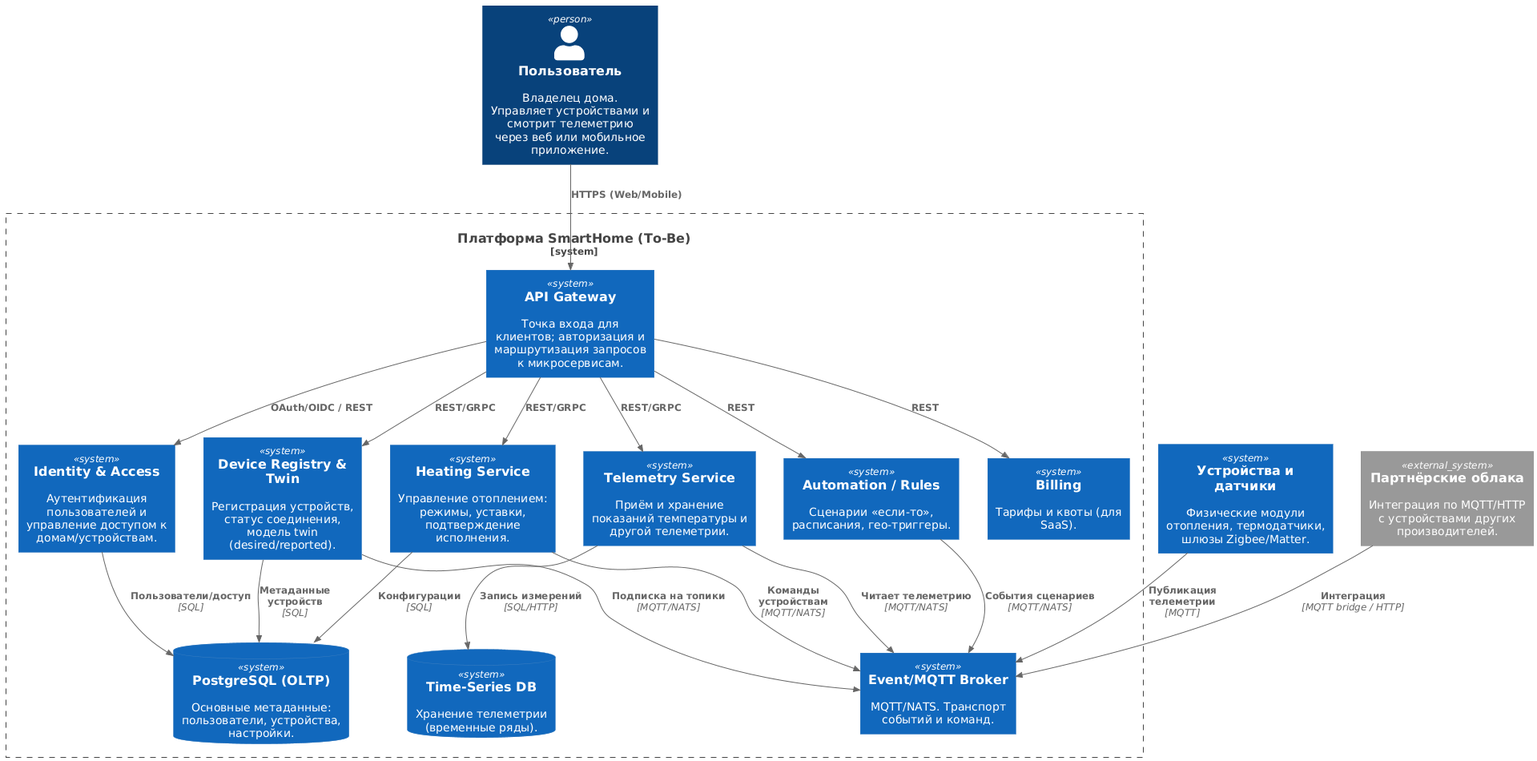
The PlantUML diagram schemas/To-Be-C4-Context.png in LobovVit/arc-warmhouse, before a commit. Its diagram source:
```plantuml
@startuml
!include https://raw.githubusercontent.com/plantuml-stdlib/C4-PlantUML/master/C4_Context.puml
LAYOUT_TOP_DOWN()

Person(user, "Пользователь", "Владелец дома. Управляет устройствами и смотрит телеметрию через веб или мобильное приложение.")
System(sensor, "Устройства и датчики", "Физические модули отопления, термодатчики, шлюзы Zigbee/Matter.")
System_Ext(cloudPartner, "Партнёрские облака", "Интеграция по MQTT/HTTP с устройствами других производителей.")

System_Boundary(system, "Платформа SmartHome (To-Be)") {
  System(apiGateway, "API Gateway", "Точка входа для клиентов; авторизация и маршрутизация запросов к микросервисам.")
  System(heatingSvc, "Heating Service", "Управление отоплением: режимы, уставки, подтверждение исполнения.")
  System(telemetrySvc, "Telemetry Service", "Приём и хранение показаний температуры и другой телеметрии.")
  System(deviceSvc, "Device Registry & Twin", "Регистрация устройств, статус соединения, модель twin (desired/reported).")
  System(identitySvc, "Identity & Access", "Аутентификация пользователей и управление доступом к домам/устройствам.")
  System(automationSvc, "Automation / Rules", "Сценарии «если-то», расписания, гео-триггеры.")
  System(billingSvc, "Billing", "Тарифы и квоты (для SaaS).")

  System(broker, "Event/MQTT Broker", "MQTT/NATS. Транспорт событий и команд.")
  SystemDb(pgMain, "PostgreSQL (OLTP)", "Основные метаданные: пользователи, устройства, настройки.")
  SystemDb(timeseriesDb, "Time-Series DB", "Хранение телеметрии (временные ряды).")
}

Rel(user, apiGateway, "HTTPS (Web/Mobile)")
Rel(apiGateway, heatingSvc, "REST/GRPC")
Rel(apiGateway, telemetrySvc, "REST/GRPC")
Rel(apiGateway, deviceSvc, "REST/GRPC")
Rel(apiGateway, identitySvc, "OAuth/OIDC / REST")
Rel(apiGateway, automationSvc, "REST")
Rel(apiGateway, billingSvc, "REST")

Rel(deviceSvc, broker, "Подписка на топики", "MQTT/NATS")
Rel(sensor, broker, "Публикация телеметрии", "MQTT")
Rel(telemetrySvc, broker, "Читает телеметрию", "MQTT/NATS")
Rel(heatingSvc, broker, "Команды устройствам", "MQTT/NATS")
Rel(telemetrySvc, timeseriesDb, "Запись измерений", "SQL/HTTP")
Rel(heatingSvc, pgMain, "Конфигурации", "SQL")
Rel(identitySvc, pgMain, "Пользователи/доступ", "SQL")
Rel(deviceSvc, pgMain, "Метаданные устройств", "SQL")
Rel(automationSvc, broker, "События сценариев", "MQTT/NATS")
Rel(cloudPartner, broker, "Интеграция", "MQTT bridge / HTTP")

@enduml
```
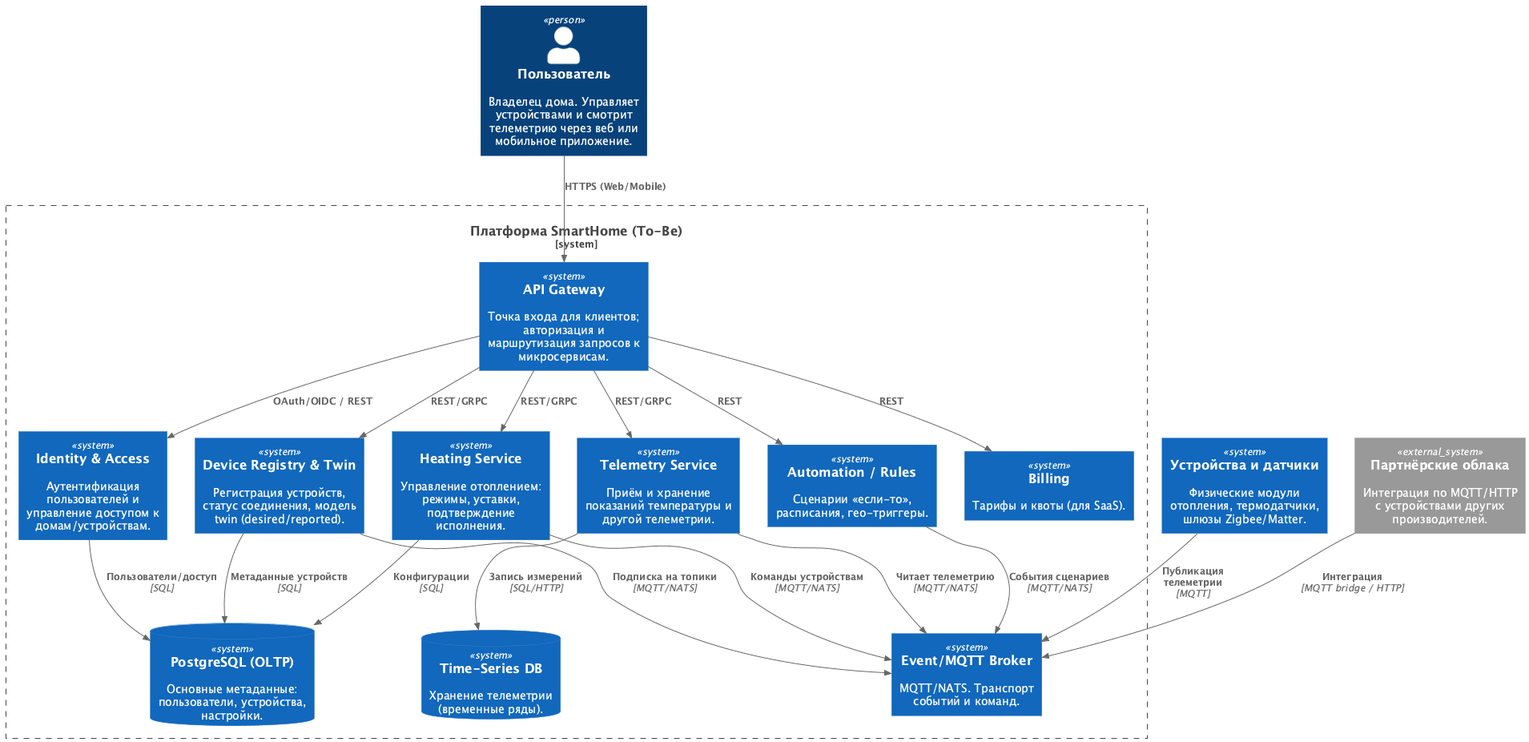
The same diagram one commit later.

What changed in the source:
```diff
@@ -1,5 +1,5 @@
 @startuml
-!include https://raw.githubusercontent.com/plantuml-stdlib/C4-PlantUML/master/C4_Context.puml
+!include include/C4_Context.puml
 LAYOUT_TOP_DOWN()
 
 Person(user, "Пользователь", "Владелец дома. Управляет устройствами и смотрит телеметрию через веб или мобильное приложение.")
```
